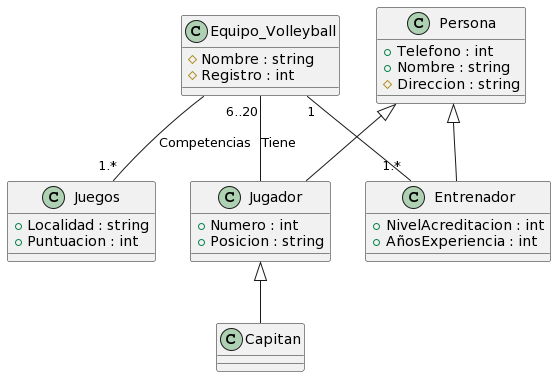
Above: out/out/F-DiagramaDeClases/F-DiagramaDeClases.png in Lisangely/IS-022023 (PlantUML), before the change. The source it was exported from:
```plantuml
@startuml
Class Equipo_Volleyball{
    # Nombre : string
    # Registro : int
}
class Juegos{
    + Localidad : string
    + Puntuacion : int
}
class Persona{
    + Telefono : int
    + Nombre : string
    # Direccion : string
}
class Entrenador{
    + NivelAcreditacion : int
    + AñosExperiencia : int

}
class Jugador{
    + Numero : int
    + Posicion : string

}
class Capitan

Equipo_Volleyball "1" -- "1.*" Entrenador
Equipo_Volleyball "6..20" -- Jugador : Tiene
Persona <|-- Entrenador
Persona <|-- Jugador
Jugador <|-- Capitan
Equipo_Volleyball -- "1.*" Juegos : Competencias
@enduml
```
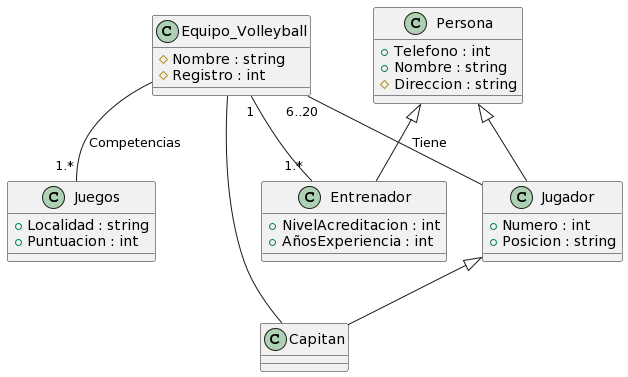
After the change.

Diff of the diagram source:
```diff
@@ -15,12 +15,10 @@
 class Entrenador{
     + NivelAcreditacion : int
     + AñosExperiencia : int
-
 }
 class Jugador{
     + Numero : int
     + Posicion : string
-
 }
 class Capitan
 
@@ -29,5 +27,6 @@
 Persona <|-- Entrenador
 Persona <|-- Jugador
 Jugador <|-- Capitan
+Equipo_Volleyball -- Capitan
 Equipo_Volleyball -- "1.*" Juegos : Competencias
 @enduml
```
